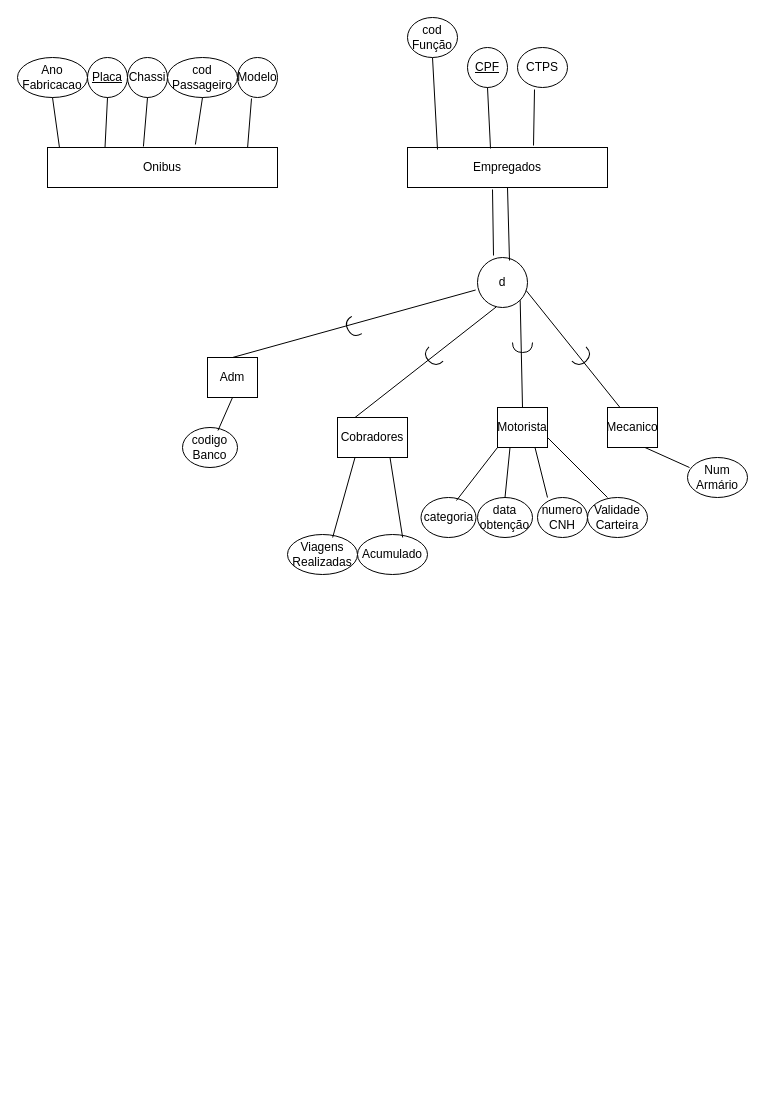
imreadyrod/DiagramasTurmaBancDados keeps this draw.io diagram as page "Diagrama de Entidade Relacionamento" (3 of 3) of aula_1409_BancDados.drawio. Above is the earlier version. Source tidied: cells renumbered, new cells numbered last; positions are measured from the earlier drawing's top-left corner, leaving out a move shared by most shapes. Both pictures are drawn from the tidied source at 100%, with x=0, y=0 at pixel (17, 17).
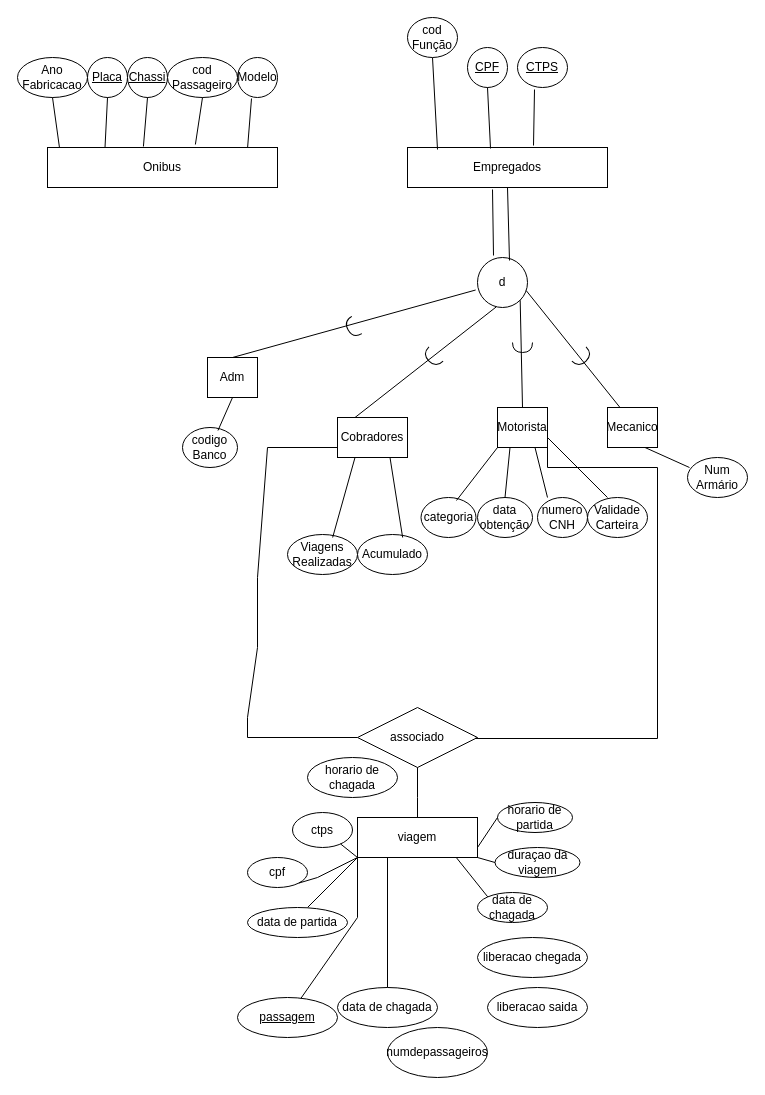
The same page after the edit.

The change refers to these unchanged cells:
```xml
<mxCell id="24" value="Motorista" style="whiteSpace=wrap;html=1;align=center;" parent="1" vertex="1">
  <mxGeometry x="480" y="390" width="50" height="40" as="geometry" />
</mxCell>
<mxCell id="25" value="Cobradores" style="whiteSpace=wrap;html=1;align=center;" parent="1" vertex="1">
  <mxGeometry x="320" y="400" width="70" height="40" as="geometry" />
</mxCell>
```

Diff of the diagram source:
```diff
@@
-    <mxCell id="5" value="Chassi" style="ellipse;whiteSpace=wrap;html=1;align=center;" parent="1" vertex="1">
+    <mxCell id="5" value="&lt;u&gt;Chassi&lt;/u&gt;" style="ellipse;whiteSpace=wrap;html=1;align=center;" parent="1" vertex="1">
       <mxGeometry x="110" y="40" width="40" height="40" as="geometry" />
     </mxCell>
@@
-    <mxCell id="18" value="CTPS" style="ellipse;whiteSpace=wrap;html=1;align=center;" parent="1" vertex="1">
+    <mxCell id="18" value="&lt;u&gt;CTPS&lt;/u&gt;" style="ellipse;whiteSpace=wrap;html=1;align=center;" parent="1" vertex="1">
       <mxGeometry x="500" y="30" width="50" height="40" as="geometry" />
     </mxCell>
@@
+    <mxCell id="51" value="associado" style="shape=rhombus;perimeter=rhombusPerimeter;whiteSpace=wrap;html=1;align=center;" parent="1" vertex="1">
+      <mxGeometry x="340" y="690" width="120" height="60" as="geometry" />
+    </mxCell>
+    <mxCell id="52" style="endArrow=none;html=1;rounded=0;edgeStyle=orthogonalEdgeStyle;entryX=1;entryY=0.5;entryDx=0;entryDy=0;" parent="1" edge="1" target="24">
+      <mxGeometry relative="1" as="geometry">
+        <mxPoint x="458.5" y="720" as="sourcePoint" />
+        <Array as="points">
+          <mxPoint x="459" y="721" />
+          <mxPoint x="640" y="721" />
+          <mxPoint x="640" y="450" />
+          <mxPoint x="530" y="450" />
+        </Array>
+      </mxGeometry>
+    </mxCell>
+    <mxCell id="53" style="endArrow=none;html=1;rounded=0;entryX=0;entryY=0.5;entryDx=0;entryDy=0;exitX=0;exitY=0.75;exitDx=0;exitDy=0;" parent="1" edge="1" source="25" target="51">
+      <mxGeometry relative="1" as="geometry">
+        <Array as="points">
+          <mxPoint x="250" y="430" />
+          <mxPoint x="240" y="560" />
+          <mxPoint x="240" y="630" />
+          <mxPoint x="230" y="700" />
+          <mxPoint x="230" y="720" />
+        </Array>
+      </mxGeometry>
+    </mxCell>
+    <mxCell id="54" value="viagem" style="rounded=0;whiteSpace=wrap;html=1;" parent="1" vertex="1">
+      <mxGeometry x="340" y="800" width="120" height="40" as="geometry" />
+    </mxCell>
+    <mxCell id="55" style="endArrow=none;html=1;rounded=0;exitX=0.5;exitY=0;exitDx=0;exitDy=0;" parent="1" edge="1" source="54">
+      <mxGeometry relative="1" as="geometry">
+        <mxPoint x="400" y="750" as="targetPoint" />
+        <Array as="points">
+          <mxPoint x="400" y="780" />
+        </Array>
+      </mxGeometry>
+    </mxCell>
+    <mxCell id="56" style="endArrow=none;html=1;rounded=0;" parent="1" edge="1">
+      <mxGeometry relative="1" as="geometry">
+        <mxPoint x="290" y="890" as="sourcePoint" />
+        <mxPoint x="340" y="840" as="targetPoint" />
+      </mxGeometry>
+    </mxCell>
+    <mxCell id="57" value="data de partida" style="ellipse;whiteSpace=wrap;html=1;" parent="1" vertex="1">
+      <mxGeometry x="230" y="890" width="100" height="30" as="geometry" />
+    </mxCell>
+    <mxCell id="58" value="data de chagada" style="ellipse;whiteSpace=wrap;html=1;" parent="1" vertex="1">
+      <mxGeometry x="460" y="875" width="70" height="30" as="geometry" />
+    </mxCell>
+    <mxCell id="59" value="horario de partida" style="ellipse;whiteSpace=wrap;html=1;" parent="1" vertex="1">
+      <mxGeometry x="480" y="785" width="75" height="30" as="geometry" />
+    </mxCell>
+    <mxCell id="60" value="numdepassageiros" style="ellipse;whiteSpace=wrap;html=1;" parent="1" vertex="1">
+      <mxGeometry x="370" y="1010" width="100" height="50" as="geometry" />
+    </mxCell>
+    <mxCell id="61" value="ctps" style="ellipse;whiteSpace=wrap;html=1;" parent="1" vertex="1">
+      <mxGeometry x="275" y="795" width="60" height="35" as="geometry" />
+    </mxCell>
+    <mxCell id="62" value="cpf" style="ellipse;whiteSpace=wrap;html=1;" parent="1" vertex="1">
+      <mxGeometry x="230" y="840" width="60" height="30" as="geometry" />
+    </mxCell>
+    <mxCell id="63" value="liberacao chegada" style="ellipse;whiteSpace=wrap;html=1;" parent="1" vertex="1">
+      <mxGeometry x="460" y="920" width="110" height="40" as="geometry" />
+    </mxCell>
+    <mxCell id="64" value="duraçao da viagem" style="ellipse;whiteSpace=wrap;html=1;" parent="1" vertex="1">
+      <mxGeometry x="477.5" y="830" width="85" height="30" as="geometry" />
+    </mxCell>
+    <mxCell id="65" value="data de chagada" style="ellipse;whiteSpace=wrap;html=1;" parent="1" vertex="1">
+      <mxGeometry x="320" y="970" width="100" height="40" as="geometry" />
+    </mxCell>
+    <mxCell id="66" value="horario de chagada" style="ellipse;whiteSpace=wrap;html=1;" parent="1" vertex="1">
+      <mxGeometry x="290" y="740" width="90" height="40" as="geometry" />
+    </mxCell>
+    <mxCell id="67" value="passagem" style="ellipse;whiteSpace=wrap;html=1;align=center;fontStyle=4;" parent="1" vertex="1">
+      <mxGeometry x="220" y="980" width="100" height="40" as="geometry" />
+    </mxCell>
+    <mxCell id="68" value="liberacao saida" style="ellipse;whiteSpace=wrap;html=1;" parent="1" vertex="1">
+      <mxGeometry x="470" y="970" width="100" height="40" as="geometry" />
+    </mxCell>
+    <mxCell id="69" style="endArrow=none;html=1;rounded=0;entryX=0;entryY=1;entryDx=0;entryDy=0;" parent="1" edge="1" source="61" target="54">
+      <mxGeometry relative="1" as="geometry" />
+    </mxCell>
+    <mxCell id="70" style="endArrow=none;html=1;rounded=0;exitX=1;exitY=1;exitDx=0;exitDy=0;entryX=0;entryY=1;entryDx=0;entryDy=0;" parent="1" edge="1" source="62" target="54">
+      <mxGeometry relative="1" as="geometry">
+        <Array as="points">
+          <mxPoint x="300" y="860" />
+        </Array>
+      </mxGeometry>
+    </mxCell>
+    <mxCell id="71" style="endArrow=none;html=1;rounded=0;exitX=0;exitY=0;exitDx=0;exitDy=0;entryX=0.82;entryY=0.988;entryDx=0;entryDy=0;entryPerimeter=0;" parent="1" edge="1" source="58" target="54">
+      <mxGeometry relative="1" as="geometry" />
+    </mxCell>
+    <mxCell id="72" style="endArrow=none;html=1;rounded=0;exitX=0;exitY=0.5;exitDx=0;exitDy=0;entryX=1;entryY=1;entryDx=0;entryDy=0;" parent="1" edge="1" source="64" target="54">
+      <mxGeometry relative="1" as="geometry" />
+    </mxCell>
+    <mxCell id="73" style="endArrow=none;html=1;rounded=0;exitX=1;exitY=0.75;exitDx=0;exitDy=0;entryX=0;entryY=0.5;entryDx=0;entryDy=0;" parent="1" edge="1" source="54" target="59">
+      <mxGeometry relative="1" as="geometry" />
+    </mxCell>
+    <mxCell id="74" style="endArrow=none;html=1;rounded=0;entryX=0;entryY=1;entryDx=0;entryDy=0;" parent="1" edge="1" source="67" target="54">
+      <mxGeometry relative="1" as="geometry">
+        <Array as="points">
+          <mxPoint x="340" y="900" />
+        </Array>
+      </mxGeometry>
+    </mxCell>
+    <mxCell id="75" style="endArrow=none;html=1;rounded=0;entryX=0.25;entryY=1;entryDx=0;entryDy=0;" parent="1" edge="1" source="65" target="54">
+      <mxGeometry relative="1" as="geometry" />
+    </mxCell>
```
